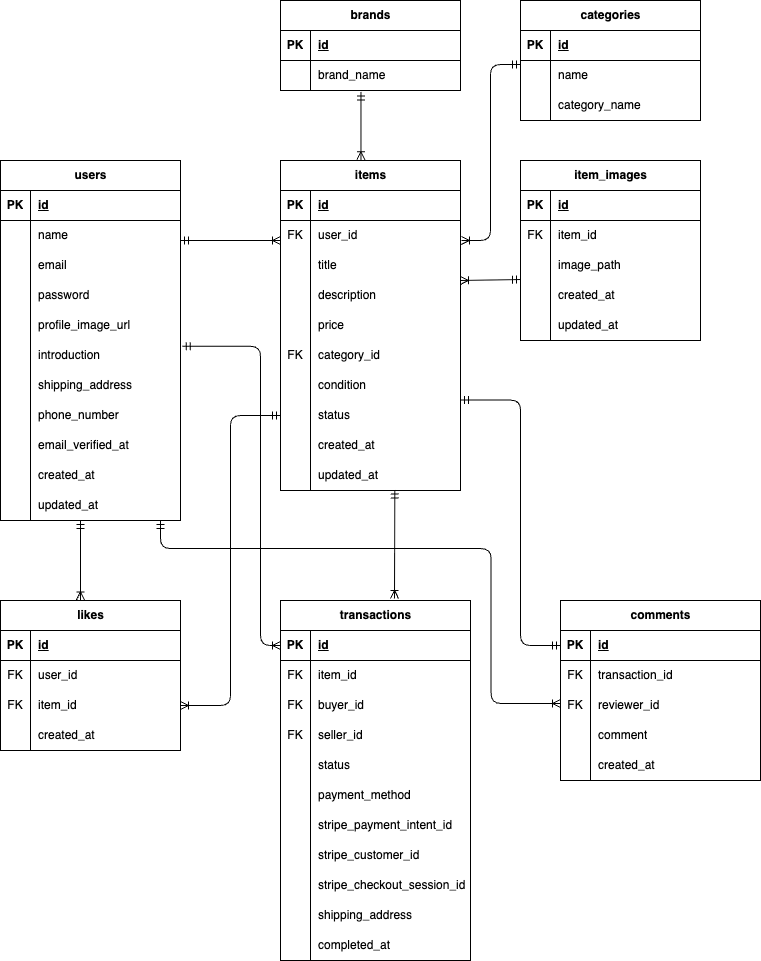
This is er.drawio.png from S185900/flea-market-app, a draw.io export, as it was before one commit. Source tidied: cells renumbered, new cells last; positions are measured from the earlier drawing's top-left corner, leaving out a move shared by most shapes.
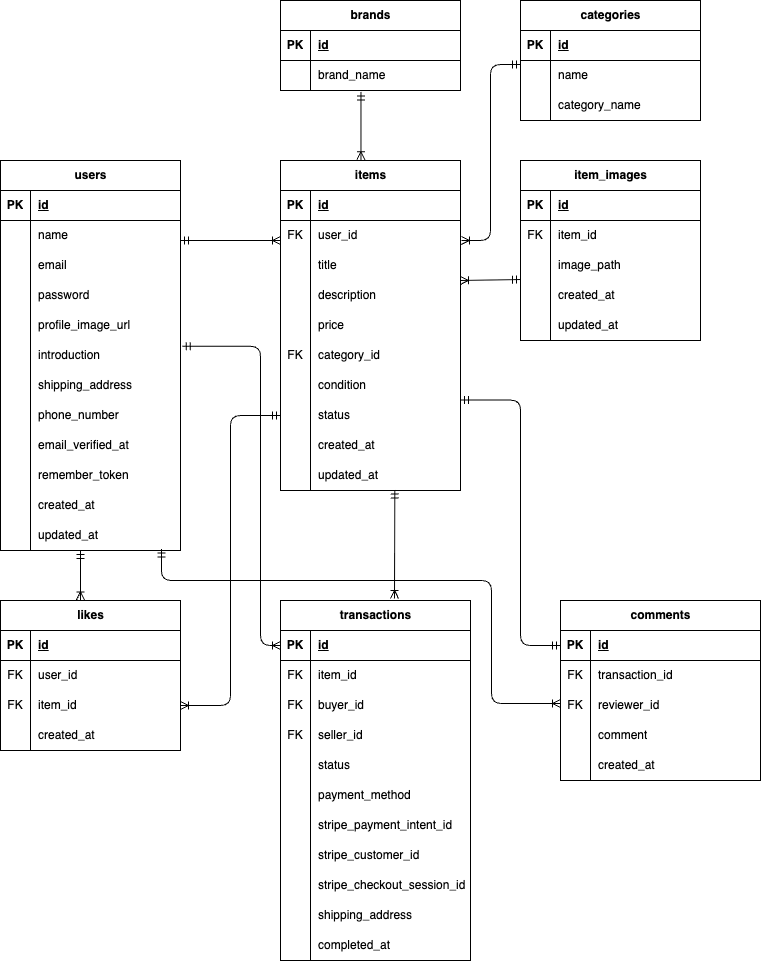
After the change.

What changed in the source:
```diff
@@ -3,7 +3,7 @@
     <mxCell id="0" />
     <mxCell id="1" parent="0" />
     <mxCell id="2" value="users" style="shape=table;startSize=30;rowLines=0;fontStyle=1;align=center;html=1;" parent="1" vertex="1">
-      <mxGeometry y="160" width="180" height="360" as="geometry" />
+      <mxGeometry y="160" width="180" height="390" as="geometry" />
     </mxCell>
     <mxCell id="3" style="shape=tableRow;horizontal=0;startSize=0;swimlaneHead=0;swimlaneBody=0;fillColor=none;top=0;left=0;right=0;bottom=1;" parent="2" vertex="1">
       <mxGeometry y="30" width="180" height="30" as="geometry" />
@@ -92,7 +92,7 @@
     <mxCell id="31" style="shape=partialRectangle;fillColor=none;top=0;left=0;bottom=0;right=0;overflow=hidden;whiteSpace=wrap;html=1;" parent="30" vertex="1">
       <mxGeometry width="30" height="30" as="geometry" />
     </mxCell>
-    <mxCell id="32" value="created_at" style="shape=partialRectangle;fillColor=none;top=0;left=0;bottom=0;right=0;align=left;spacingLeft=6;overflow=hidden;whiteSpace=wrap;html=1;" parent="30" vertex="1">
+    <mxCell id="32" value="remember_token" style="shape=partialRectangle;fillColor=none;top=0;left=0;bottom=0;right=0;align=left;spacingLeft=6;overflow=hidden;whiteSpace=wrap;html=1;" parent="30" vertex="1">
       <mxGeometry x="30" width="150" height="30" as="geometry" />
     </mxCell>
     <mxCell id="33" style="shape=tableRow;horizontal=0;startSize=0;swimlaneHead=0;swimlaneBody=0;fillColor=none;top=0;left=0;right=0;bottom=0;" parent="2" vertex="1">
@@ -101,9 +101,18 @@
     <mxCell id="34" style="shape=partialRectangle;fillColor=none;top=0;left=0;bottom=0;right=0;overflow=hidden;whiteSpace=wrap;html=1;" parent="33" vertex="1">
       <mxGeometry width="30" height="30" as="geometry" />
     </mxCell>
-    <mxCell id="35" value="updated_at" style="shape=partialRectangle;fillColor=none;top=0;left=0;bottom=0;right=0;align=left;spacingLeft=6;overflow=hidden;whiteSpace=wrap;html=1;" parent="33" vertex="1">
+    <mxCell id="35" value="&lt;span style=&quot;color: rgb(0, 0, 0);&quot;&gt;created_at&lt;/span&gt;" style="shape=partialRectangle;fillColor=none;top=0;left=0;bottom=0;right=0;align=left;spacingLeft=6;overflow=hidden;whiteSpace=wrap;html=1;" parent="33" vertex="1">
       <mxGeometry x="30" width="150" height="30" as="geometry" />
     </mxCell>
+    <mxCell id="173" style="shape=tableRow;horizontal=0;startSize=0;swimlaneHead=0;swimlaneBody=0;fillColor=none;points=[[0,0.5],[1,0.5]];portConstraint=eastwest;top=0;left=0;right=0;bottom=0;" parent="2" vertex="1">
+      <mxGeometry y="360" width="180" height="30" as="geometry" />
+    </mxCell>
+    <mxCell id="174" style="shape=partialRectangle;fillColor=none;top=0;left=0;bottom=0;right=0;overflow=hidden;whiteSpace=wrap;html=1;" parent="173" vertex="1">
+      <mxGeometry width="30" height="30" as="geometry" />
+    </mxCell>
+    <mxCell id="175" value="&lt;span style=&quot;color: rgb(0, 0, 0);&quot;&gt;updated_at&lt;/span&gt;" style="shape=partialRectangle;fillColor=none;top=0;left=0;bottom=0;right=0;align=left;spacingLeft=6;overflow=hidden;whiteSpace=wrap;html=1;" parent="173" vertex="1">
+      <mxGeometry x="30" width="150" height="30" as="geometry" />
+    </mxCell>
     <mxCell id="36" value="items" style="shape=table;startSize=30;rowLines=0;fontStyle=1;align=center;html=1;" parent="1" vertex="1">
       <mxGeometry x="280" y="160" width="180" height="330" as="geometry" />
     </mxCell>
@@ -503,9 +512,10 @@
     </mxCell>
     <mxCell id="161" style="fontSize=12;html=1;endArrow=ERoneToMany;startArrow=ERmandOne;entryX=0.666;entryY=0.003;entryDx=0;entryDy=0;entryPerimeter=0;" parent="1" edge="1">
       <mxGeometry relative="1" as="geometry">
-        <mxPoint x="80" y="520" as="sourcePoint" />
+        <mxPoint x="80" y="550" as="sourcePoint" />
         <mxPoint x="80" y="599.5" as="targetPoint" />
         <Array as="points">
+          <mxPoint x="80" y="560" />
           <mxPoint x="80.1" y="549" />
         </Array>
       </mxGeometry>
@@ -513,14 +523,13 @@
     <mxCell id="162" style="edgeStyle=orthogonalEdgeStyle;fontSize=12;html=1;endArrow=ERoneToMany;startArrow=ERmandOne;exitX=0;exitY=0.5;exitDx=0;exitDy=0;entryX=1;entryY=0.5;entryDx=0;entryDy=0;" parent="1" edge="1" source="58" target="150">
       <mxGeometry relative="1" as="geometry" />
     </mxCell>
-    <mxCell id="163" style="edgeStyle=orthogonalEdgeStyle;fontSize=12;html=1;endArrow=ERoneToMany;startArrow=ERmandOne;exitX=0.83;exitY=1.065;exitDx=0;exitDy=0;exitPerimeter=0;" parent="1" edge="1">
+    <mxCell id="163" style="edgeStyle=orthogonalEdgeStyle;fontSize=12;html=1;endArrow=ERoneToMany;startArrow=ERmandOne;exitX=0.894;exitY=0.95;exitDx=0;exitDy=0;exitPerimeter=0;" parent="1" edge="1" source="173">
       <mxGeometry relative="1" as="geometry">
-        <mxPoint x="160" y="520" as="sourcePoint" />
         <mxPoint x="560" y="703" as="targetPoint" />
         <Array as="points">
-          <mxPoint x="159.6" y="548" />
-          <mxPoint x="490.6" y="548" />
-          <mxPoint x="490.6" y="703" />
+          <mxPoint x="161" y="580" />
+          <mxPoint x="491" y="580" />
+          <mxPoint x="491" y="703" />
         </Array>
       </mxGeometry>
     </mxCell>
```
